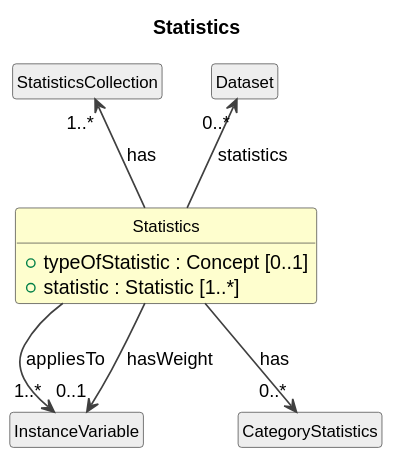
Above: cdif-uml-model/CDIFDataStructure/Classes/Statistics.svg in Cross-Domain-Interoperability-Framework/metadataBuildingBlocks (PlantUML), before the change.
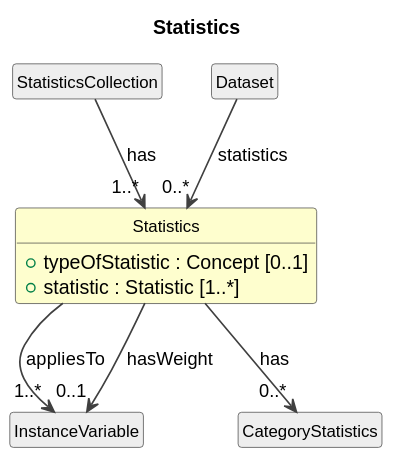
Later version of the same file.

Diff of the diagram source:
```diff
@@ -20,7 +20,7 @@
 class "CategoryStatistics" as CategoryStatistics #EEEEEE
 Statistics --> "0..*" CategoryStatistics : has
 class "StatisticsCollection" as StatisticsCollection #EEEEEE
-StatisticsCollection "1..*" <-- Statistics : has
+StatisticsCollection --> "1..*" Statistics : has
 class "Dataset" as Dataset #EEEEEE
-Dataset "0..*" <-- Statistics : statistics
+Dataset --> "0..*" Statistics : statistics
 @enduml
```
